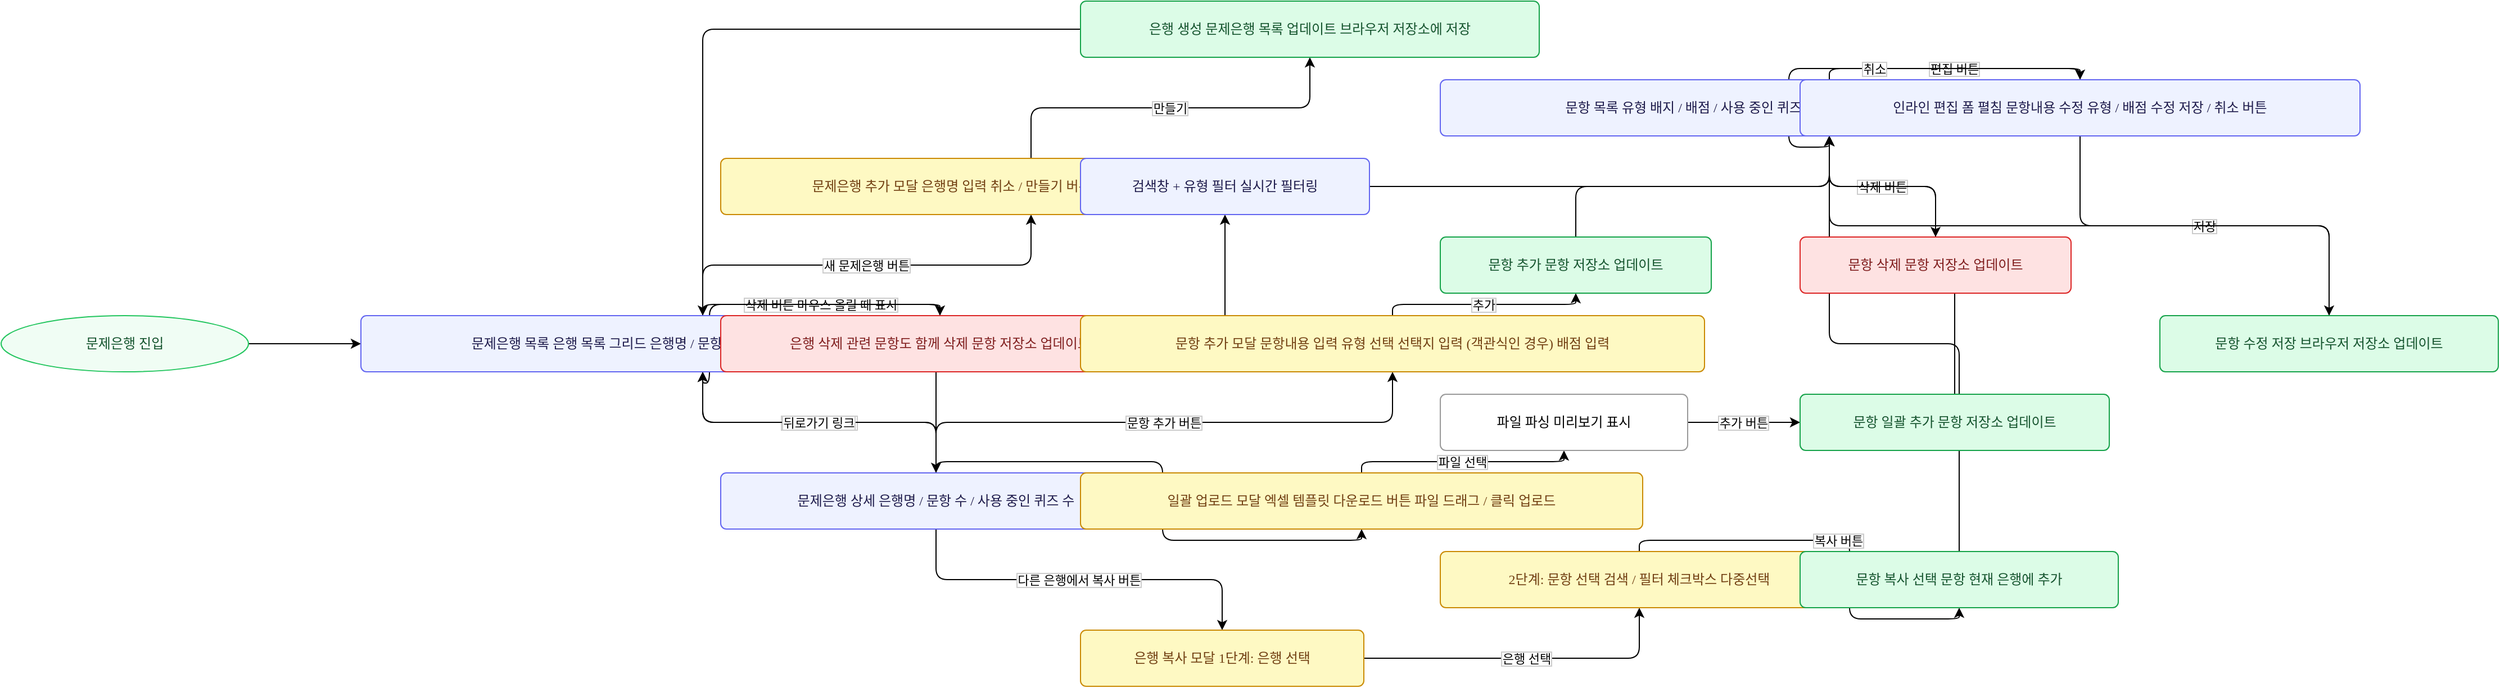
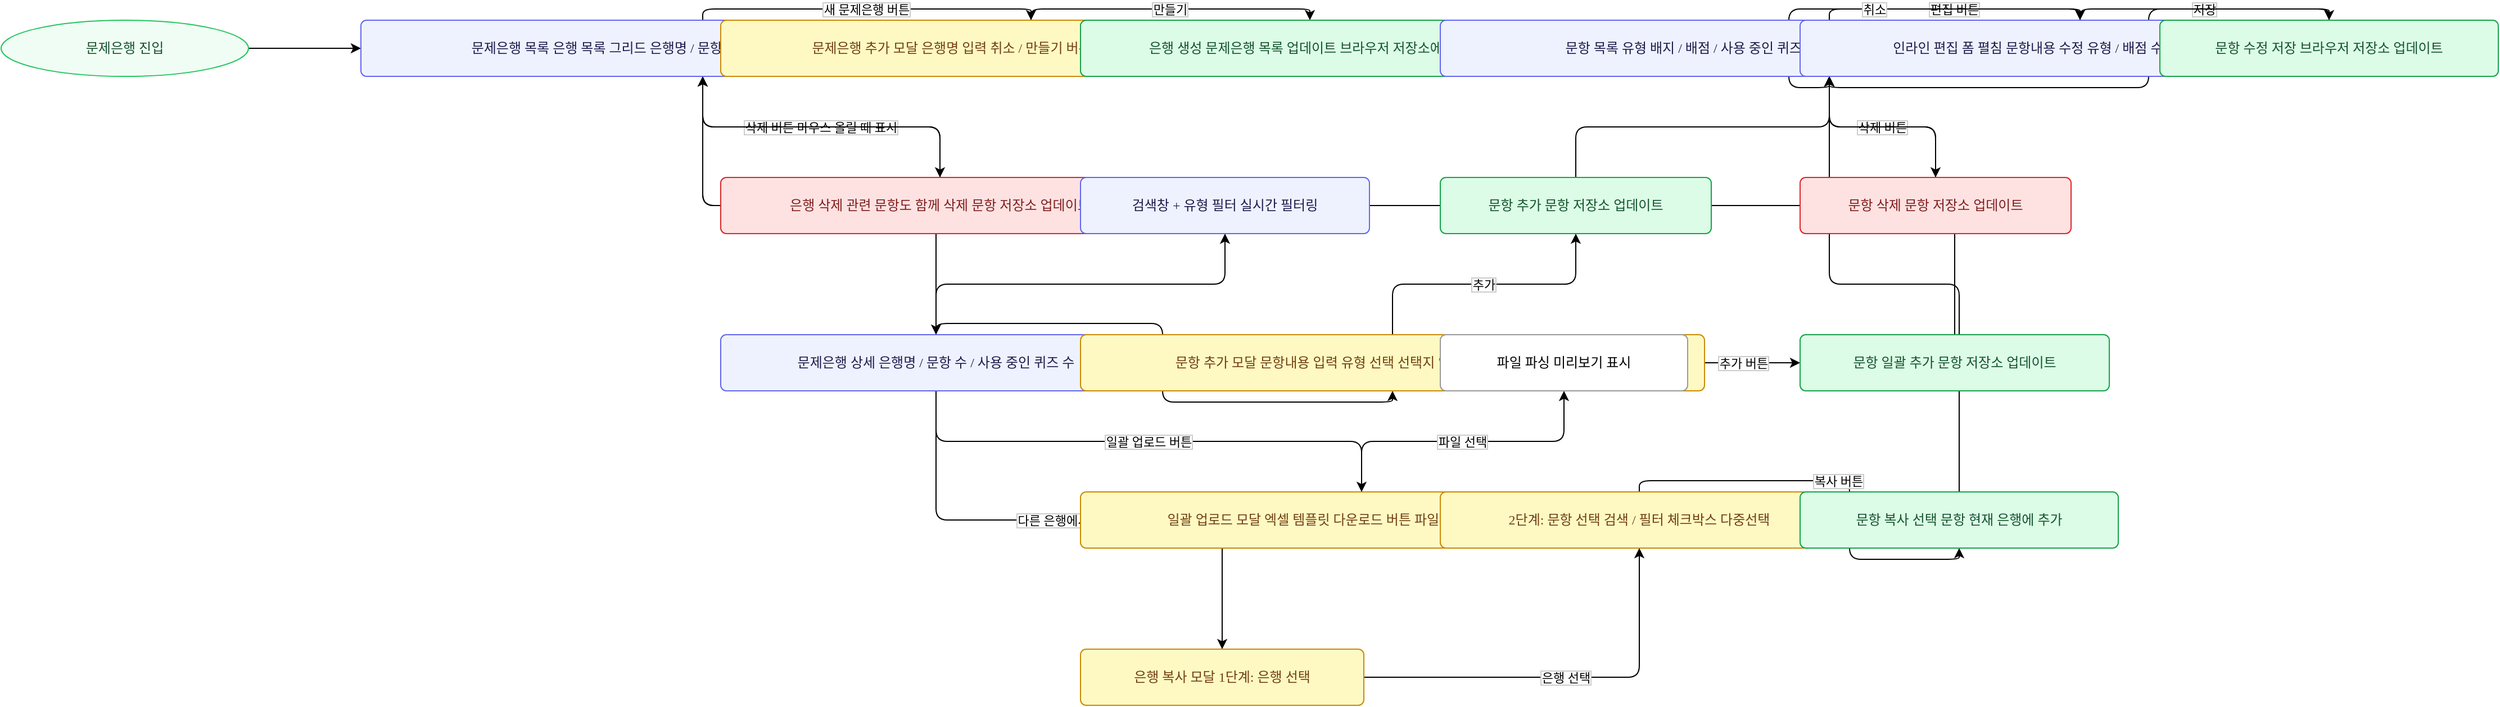
<mxGraphModel dx="2400" dy="1200" grid="1" gridSize="10" guides="1" tooltips="1" connect="1" arrows="1" fold="1" page="1" pageScale="1" pageWidth="3300" pageHeight="1169" math="0" shadow="0">
  <root>
    <mxCell id="0" />
    <mxCell id="1" parent="0" />
-     <mxCell id="e21" value="" style="edgeStyle=orthogonalEdgeStyle;rounded=1;fontSize=11;fontFamily=Pretendard,sans-serif;labelBackgroundColor=#FFFFFF;labelBorderColor=#CCCCCC;labelPosition=center;verticalLabelPosition=center;align=center;" edge="1" source="n2" target="n3" parent="1">
+     <mxCell id="e21" value="" style="edgeStyle=orthogonalEdgeStyle;rounded=1;fontSize=11;fontFamily=Pretendard,sans-serif;labelBackgroundColor=#FFFFFF;labelBorderColor=#CCCCCC;" edge="1" source="n2" target="n3" parent="1">
      <mxGeometry relative="1" as="geometry" />
    </mxCell>
-     <mxCell id="e22" value="새 문제은행 버튼" style="edgeStyle=orthogonalEdgeStyle;rounded=1;fontSize=11;fontFamily=Pretendard,sans-serif;labelBackgroundColor=#FFFFFF;labelBorderColor=#CCCCCC;labelPosition=center;verticalLabelPosition=center;align=center;" edge="1" source="n3" target="n4" parent="1">
+     <mxCell id="e22" value="새 문제은행 버튼" style="edgeStyle=orthogonalEdgeStyle;rounded=1;fontSize=11;fontFamily=Pretendard,sans-serif;labelBackgroundColor=#FFFFFF;labelBorderColor=#CCCCCC;" edge="1" source="n3" target="n4" parent="1">
      <mxGeometry relative="1" as="geometry" />
    </mxCell>
-     <mxCell id="e23" value="만들기" style="edgeStyle=orthogonalEdgeStyle;rounded=1;fontSize=11;fontFamily=Pretendard,sans-serif;labelBackgroundColor=#FFFFFF;labelBorderColor=#CCCCCC;labelPosition=center;verticalLabelPosition=center;align=center;" edge="1" source="n4" target="n5" parent="1">
+     <mxCell id="e23" value="만들기" style="edgeStyle=orthogonalEdgeStyle;rounded=1;fontSize=11;fontFamily=Pretendard,sans-serif;labelBackgroundColor=#FFFFFF;labelBorderColor=#CCCCCC;" edge="1" source="n4" target="n5" parent="1">
      <mxGeometry relative="1" as="geometry" />
    </mxCell>
-     <mxCell id="e24" value="" style="edgeStyle=orthogonalEdgeStyle;rounded=1;fontSize=11;fontFamily=Pretendard,sans-serif;labelBackgroundColor=#FFFFFF;labelBorderColor=#CCCCCC;labelPosition=center;verticalLabelPosition=center;align=center;" edge="1" source="n5" target="n3" parent="1">
+     <mxCell id="e24" value="" style="edgeStyle=orthogonalEdgeStyle;rounded=1;fontSize=11;fontFamily=Pretendard,sans-serif;labelBackgroundColor=#FFFFFF;labelBorderColor=#CCCCCC;" edge="1" source="n5" target="n3" parent="1">
      <mxGeometry relative="1" as="geometry" />
    </mxCell>
-     <mxCell id="e25" value="삭제 버튼 마우스 올릴 때 표시" style="edgeStyle=orthogonalEdgeStyle;rounded=1;fontSize=11;fontFamily=Pretendard,sans-serif;labelBackgroundColor=#FFFFFF;labelBorderColor=#CCCCCC;labelPosition=center;verticalLabelPosition=center;align=center;" edge="1" source="n3" target="n6" parent="1">
+     <mxCell id="e25" value="삭제 버튼 마우스 올릴 때 표시" style="edgeStyle=orthogonalEdgeStyle;rounded=1;fontSize=11;fontFamily=Pretendard,sans-serif;labelBackgroundColor=#FFFFFF;labelBorderColor=#CCCCCC;" edge="1" source="n3" target="n6" parent="1">
      <mxGeometry relative="1" as="geometry" />
    </mxCell>
-     <mxCell id="e26" value="" style="edgeStyle=orthogonalEdgeStyle;rounded=1;fontSize=11;fontFamily=Pretendard,sans-serif;labelBackgroundColor=#FFFFFF;labelBorderColor=#CCCCCC;labelPosition=center;verticalLabelPosition=center;align=center;" edge="1" source="n6" target="n3" parent="1">
+     <mxCell id="e26" value="" style="edgeStyle=orthogonalEdgeStyle;rounded=1;fontSize=11;fontFamily=Pretendard,sans-serif;labelBackgroundColor=#FFFFFF;labelBorderColor=#CCCCCC;" edge="1" source="n6" target="n3" parent="1">
      <mxGeometry relative="1" as="geometry" />
    </mxCell>
-     <mxCell id="e27" value="은행 카드 클릭" style="edgeStyle=orthogonalEdgeStyle;rounded=1;fontSize=11;fontFamily=Pretendard,sans-serif;labelBackgroundColor=#FFFFFF;labelBorderColor=#CCCCCC;labelPosition=center;verticalLabelPosition=center;align=center;" edge="1" source="n3" target="n7" parent="1">
+     <mxCell id="e27" value="은행 카드 클릭" style="edgeStyle=orthogonalEdgeStyle;rounded=1;fontSize=11;fontFamily=Pretendard,sans-serif;labelBackgroundColor=#FFFFFF;labelBorderColor=#CCCCCC;" edge="1" source="n3" target="n7" parent="1">
      <mxGeometry relative="1" as="geometry" />
    </mxCell>
-     <mxCell id="e28" value="" style="edgeStyle=orthogonalEdgeStyle;rounded=1;fontSize=11;fontFamily=Pretendard,sans-serif;labelBackgroundColor=#FFFFFF;labelBorderColor=#CCCCCC;labelPosition=center;verticalLabelPosition=center;align=center;" edge="1" source="n7" target="n8" parent="1">
+     <mxCell id="e28" value="" style="edgeStyle=orthogonalEdgeStyle;rounded=1;fontSize=11;fontFamily=Pretendard,sans-serif;labelBackgroundColor=#FFFFFF;labelBorderColor=#CCCCCC;" edge="1" source="n7" target="n8" parent="1">
      <mxGeometry relative="1" as="geometry" />
    </mxCell>
-     <mxCell id="e29" value="" style="edgeStyle=orthogonalEdgeStyle;rounded=1;fontSize=11;fontFamily=Pretendard,sans-serif;labelBackgroundColor=#FFFFFF;labelBorderColor=#CCCCCC;labelPosition=center;verticalLabelPosition=center;align=center;" edge="1" source="n8" target="n9" parent="1">
+     <mxCell id="e29" value="" style="edgeStyle=orthogonalEdgeStyle;rounded=1;fontSize=11;fontFamily=Pretendard,sans-serif;labelBackgroundColor=#FFFFFF;labelBorderColor=#CCCCCC;" edge="1" source="n8" target="n9" parent="1">
      <mxGeometry relative="1" as="geometry" />
    </mxCell>
-     <mxCell id="e30" value="문항 추가 버튼" style="edgeStyle=orthogonalEdgeStyle;rounded=1;fontSize=11;fontFamily=Pretendard,sans-serif;labelBackgroundColor=#FFFFFF;labelBorderColor=#CCCCCC;labelPosition=center;verticalLabelPosition=center;align=center;" edge="1" source="n7" target="n10" parent="1">
+     <mxCell id="e30" value="문항 추가 버튼" style="edgeStyle=orthogonalEdgeStyle;rounded=1;fontSize=11;fontFamily=Pretendard,sans-serif;labelBackgroundColor=#FFFFFF;labelBorderColor=#CCCCCC;" edge="1" source="n7" target="n10" parent="1">
      <mxGeometry relative="1" as="geometry" />
    </mxCell>
-     <mxCell id="e31" value="추가" style="edgeStyle=orthogonalEdgeStyle;rounded=1;fontSize=11;fontFamily=Pretendard,sans-serif;labelBackgroundColor=#FFFFFF;labelBorderColor=#CCCCCC;labelPosition=center;verticalLabelPosition=center;align=center;" edge="1" source="n10" target="n11" parent="1">
+     <mxCell id="e31" value="추가" style="edgeStyle=orthogonalEdgeStyle;rounded=1;fontSize=11;fontFamily=Pretendard,sans-serif;labelBackgroundColor=#FFFFFF;labelBorderColor=#CCCCCC;" edge="1" source="n10" target="n11" parent="1">
      <mxGeometry relative="1" as="geometry" />
    </mxCell>
-     <mxCell id="e32" value="" style="edgeStyle=orthogonalEdgeStyle;rounded=1;fontSize=11;fontFamily=Pretendard,sans-serif;labelBackgroundColor=#FFFFFF;labelBorderColor=#CCCCCC;labelPosition=center;verticalLabelPosition=center;align=center;" edge="1" source="n11" target="n9" parent="1">
+     <mxCell id="e32" value="" style="edgeStyle=orthogonalEdgeStyle;rounded=1;fontSize=11;fontFamily=Pretendard,sans-serif;labelBackgroundColor=#FFFFFF;labelBorderColor=#CCCCCC;" edge="1" source="n11" target="n9" parent="1">
      <mxGeometry relative="1" as="geometry" />
    </mxCell>
-     <mxCell id="e33" value="편집 버튼" style="edgeStyle=orthogonalEdgeStyle;rounded=1;fontSize=11;fontFamily=Pretendard,sans-serif;labelBackgroundColor=#FFFFFF;labelBorderColor=#CCCCCC;labelPosition=center;verticalLabelPosition=center;align=center;" edge="1" source="n9" target="n12" parent="1">
+     <mxCell id="e33" value="편집 버튼" style="edgeStyle=orthogonalEdgeStyle;rounded=1;fontSize=11;fontFamily=Pretendard,sans-serif;labelBackgroundColor=#FFFFFF;labelBorderColor=#CCCCCC;" edge="1" source="n9" target="n12" parent="1">
      <mxGeometry relative="1" as="geometry" />
    </mxCell>
-     <mxCell id="e34" value="저장" style="edgeStyle=orthogonalEdgeStyle;rounded=1;fontSize=11;fontFamily=Pretendard,sans-serif;labelBackgroundColor=#FFFFFF;labelBorderColor=#CCCCCC;labelPosition=center;verticalLabelPosition=center;align=center;" edge="1" source="n12" target="n13" parent="1">
+     <mxCell id="e34" value="저장" style="edgeStyle=orthogonalEdgeStyle;rounded=1;fontSize=11;fontFamily=Pretendard,sans-serif;labelBackgroundColor=#FFFFFF;labelBorderColor=#CCCCCC;" edge="1" source="n12" target="n13" parent="1">
      <mxGeometry relative="1" as="geometry" />
    </mxCell>
-     <mxCell id="e35" value="취소" style="edgeStyle=orthogonalEdgeStyle;rounded=1;fontSize=11;fontFamily=Pretendard,sans-serif;labelBackgroundColor=#FFFFFF;labelBorderColor=#CCCCCC;labelPosition=center;verticalLabelPosition=center;align=center;" edge="1" source="n12" target="n9" parent="1">
+     <mxCell id="e35" value="취소" style="edgeStyle=orthogonalEdgeStyle;rounded=1;fontSize=11;fontFamily=Pretendard,sans-serif;labelBackgroundColor=#FFFFFF;labelBorderColor=#CCCCCC;" edge="1" source="n12" target="n9" parent="1">
      <mxGeometry relative="1" as="geometry" />
    </mxCell>
-     <mxCell id="e36" value="" style="edgeStyle=orthogonalEdgeStyle;rounded=1;fontSize=11;fontFamily=Pretendard,sans-serif;labelBackgroundColor=#FFFFFF;labelBorderColor=#CCCCCC;labelPosition=center;verticalLabelPosition=center;align=center;" edge="1" source="n13" target="n9" parent="1">
+     <mxCell id="e36" value="" style="edgeStyle=orthogonalEdgeStyle;rounded=1;fontSize=11;fontFamily=Pretendard,sans-serif;labelBackgroundColor=#FFFFFF;labelBorderColor=#CCCCCC;" edge="1" source="n13" target="n9" parent="1">
      <mxGeometry relative="1" as="geometry" />
    </mxCell>
-     <mxCell id="e37" value="삭제 버튼" style="edgeStyle=orthogonalEdgeStyle;rounded=1;fontSize=11;fontFamily=Pretendard,sans-serif;labelBackgroundColor=#FFFFFF;labelBorderColor=#CCCCCC;labelPosition=center;verticalLabelPosition=center;align=center;" edge="1" source="n9" target="n14" parent="1">
+     <mxCell id="e37" value="삭제 버튼" style="edgeStyle=orthogonalEdgeStyle;rounded=1;fontSize=11;fontFamily=Pretendard,sans-serif;labelBackgroundColor=#FFFFFF;labelBorderColor=#CCCCCC;" edge="1" source="n9" target="n14" parent="1">
      <mxGeometry relative="1" as="geometry" />
    </mxCell>
-     <mxCell id="e38" value="" style="edgeStyle=orthogonalEdgeStyle;rounded=1;fontSize=11;fontFamily=Pretendard,sans-serif;labelBackgroundColor=#FFFFFF;labelBorderColor=#CCCCCC;labelPosition=center;verticalLabelPosition=center;align=center;" edge="1" source="n14" target="n9" parent="1">
+     <mxCell id="e38" value="" style="edgeStyle=orthogonalEdgeStyle;rounded=1;fontSize=11;fontFamily=Pretendard,sans-serif;labelBackgroundColor=#FFFFFF;labelBorderColor=#CCCCCC;" edge="1" source="n14" target="n9" parent="1">
      <mxGeometry relative="1" as="geometry" />
    </mxCell>
-     <mxCell id="e39" value="일괄 업로드 버튼" style="edgeStyle=orthogonalEdgeStyle;rounded=1;fontSize=11;fontFamily=Pretendard,sans-serif;labelBackgroundColor=#FFFFFF;labelBorderColor=#CCCCCC;labelPosition=center;verticalLabelPosition=center;align=center;" edge="1" source="n7" target="n15" parent="1">
+     <mxCell id="e39" value="일괄 업로드 버튼" style="edgeStyle=orthogonalEdgeStyle;rounded=1;fontSize=11;fontFamily=Pretendard,sans-serif;labelBackgroundColor=#FFFFFF;labelBorderColor=#CCCCCC;" edge="1" source="n7" target="n15" parent="1">
      <mxGeometry relative="1" as="geometry" />
    </mxCell>
-     <mxCell id="e40" value="파일 선택" style="edgeStyle=orthogonalEdgeStyle;rounded=1;fontSize=11;fontFamily=Pretendard,sans-serif;labelBackgroundColor=#FFFFFF;labelBorderColor=#CCCCCC;labelPosition=center;verticalLabelPosition=center;align=center;" edge="1" source="n15" target="n16" parent="1">
+     <mxCell id="e40" value="파일 선택" style="edgeStyle=orthogonalEdgeStyle;rounded=1;fontSize=11;fontFamily=Pretendard,sans-serif;labelBackgroundColor=#FFFFFF;labelBorderColor=#CCCCCC;" edge="1" source="n15" target="n16" parent="1">
      <mxGeometry relative="1" as="geometry" />
    </mxCell>
-     <mxCell id="e41" value="추가 버튼" style="edgeStyle=orthogonalEdgeStyle;rounded=1;fontSize=11;fontFamily=Pretendard,sans-serif;labelBackgroundColor=#FFFFFF;labelBorderColor=#CCCCCC;labelPosition=center;verticalLabelPosition=center;align=center;" edge="1" source="n16" target="n17" parent="1">
+     <mxCell id="e41" value="추가 버튼" style="edgeStyle=orthogonalEdgeStyle;rounded=1;fontSize=11;fontFamily=Pretendard,sans-serif;labelBackgroundColor=#FFFFFF;labelBorderColor=#CCCCCC;" edge="1" source="n16" target="n17" parent="1">
      <mxGeometry relative="1" as="geometry" />
    </mxCell>
-     <mxCell id="e42" value="" style="edgeStyle=orthogonalEdgeStyle;rounded=1;fontSize=11;fontFamily=Pretendard,sans-serif;labelBackgroundColor=#FFFFFF;labelBorderColor=#CCCCCC;labelPosition=center;verticalLabelPosition=center;align=center;" edge="1" source="n17" target="n9" parent="1">
+     <mxCell id="e42" value="" style="edgeStyle=orthogonalEdgeStyle;rounded=1;fontSize=11;fontFamily=Pretendard,sans-serif;labelBackgroundColor=#FFFFFF;labelBorderColor=#CCCCCC;" edge="1" source="n17" target="n9" parent="1">
      <mxGeometry relative="1" as="geometry" />
    </mxCell>
-     <mxCell id="e43" value="다른 은행에서 복사 버튼" style="edgeStyle=orthogonalEdgeStyle;rounded=1;fontSize=11;fontFamily=Pretendard,sans-serif;labelBackgroundColor=#FFFFFF;labelBorderColor=#CCCCCC;labelPosition=center;verticalLabelPosition=center;align=center;" edge="1" source="n7" target="n18" parent="1">
+     <mxCell id="e43" value="다른 은행에서 복사 버튼" style="edgeStyle=orthogonalEdgeStyle;rounded=1;fontSize=11;fontFamily=Pretendard,sans-serif;labelBackgroundColor=#FFFFFF;labelBorderColor=#CCCCCC;" edge="1" source="n7" target="n18" parent="1">
      <mxGeometry relative="1" as="geometry" />
    </mxCell>
-     <mxCell id="e44" value="은행 선택" style="edgeStyle=orthogonalEdgeStyle;rounded=1;fontSize=11;fontFamily=Pretendard,sans-serif;labelBackgroundColor=#FFFFFF;labelBorderColor=#CCCCCC;labelPosition=center;verticalLabelPosition=center;align=center;" edge="1" source="n18" target="n19" parent="1">
+     <mxCell id="e44" value="은행 선택" style="edgeStyle=orthogonalEdgeStyle;rounded=1;fontSize=11;fontFamily=Pretendard,sans-serif;labelBackgroundColor=#FFFFFF;labelBorderColor=#CCCCCC;" edge="1" source="n18" target="n19" parent="1">
      <mxGeometry relative="1" as="geometry" />
    </mxCell>
-     <mxCell id="e45" value="복사 버튼" style="edgeStyle=orthogonalEdgeStyle;rounded=1;fontSize=11;fontFamily=Pretendard,sans-serif;labelBackgroundColor=#FFFFFF;labelBorderColor=#CCCCCC;labelPosition=center;verticalLabelPosition=center;align=center;" edge="1" source="n19" target="n20" parent="1">
+     <mxCell id="e45" value="복사 버튼" style="edgeStyle=orthogonalEdgeStyle;rounded=1;fontSize=11;fontFamily=Pretendard,sans-serif;labelBackgroundColor=#FFFFFF;labelBorderColor=#CCCCCC;" edge="1" source="n19" target="n20" parent="1">
      <mxGeometry relative="1" as="geometry" />
    </mxCell>
-     <mxCell id="e46" value="" style="edgeStyle=orthogonalEdgeStyle;rounded=1;fontSize=11;fontFamily=Pretendard,sans-serif;labelBackgroundColor=#FFFFFF;labelBorderColor=#CCCCCC;labelPosition=center;verticalLabelPosition=center;align=center;" edge="1" source="n20" target="n9" parent="1">
+     <mxCell id="e46" value="" style="edgeStyle=orthogonalEdgeStyle;rounded=1;fontSize=11;fontFamily=Pretendard,sans-serif;labelBackgroundColor=#FFFFFF;labelBorderColor=#CCCCCC;" edge="1" source="n20" target="n9" parent="1">
      <mxGeometry relative="1" as="geometry" />
    </mxCell>
-     <mxCell id="e47" value="뒤로가기 링크" style="edgeStyle=orthogonalEdgeStyle;rounded=1;fontSize=11;fontFamily=Pretendard,sans-serif;labelBackgroundColor=#FFFFFF;labelBorderColor=#CCCCCC;labelPosition=center;verticalLabelPosition=center;align=center;" edge="1" source="n7" target="n3" parent="1">
+     <mxCell id="e47" value="뒤로가기 링크" style="edgeStyle=orthogonalEdgeStyle;rounded=1;fontSize=11;fontFamily=Pretendard,sans-serif;labelBackgroundColor=#FFFFFF;labelBorderColor=#CCCCCC;" edge="1" source="n7" target="n3" parent="1">
      <mxGeometry relative="1" as="geometry" />
    </mxCell>
    <mxCell id="n2" value="문제은행 진입" style="ellipse;fillColor=#F0FDF4;strokeColor=#22C55E;fontColor=#14532d;fontFamily=Pretendard,sans-serif;fontSize=12;align=center;whiteSpace=wrap;html=1;" vertex="1" parent="1">
-       <mxGeometry x="60" y="660" width="220" height="50" as="geometry" />
+       <mxGeometry x="60" y="60" width="220" height="50" as="geometry" />
    </mxCell>
    <mxCell id="n3" value="문제은행 목록 은행 목록 그리드 은행명 / 문항 수 / 사용 중인 퀴즈 수 / 마지막 수정일" style="rounded=1;arcSize=10;fillColor=#EEF2FF;strokeColor=#6366F1;fontColor=#1e1b4b;fontFamily=Pretendard,sans-serif;fontSize=12;align=center;whiteSpace=wrap;html=1;" vertex="1" parent="1">
-       <mxGeometry x="380" y="660" width="608" height="50" as="geometry" />
+       <mxGeometry x="380" y="60" width="608" height="50" as="geometry" />
    </mxCell>
    <mxCell id="n4" value="문제은행 추가 모달 은행명 입력 취소 / 만들기 버튼 은행명 비어있으면 비활성화" style="rounded=1;arcSize=10;fillColor=#FEF9C3;strokeColor=#CA8A04;fontColor=#713f12;fontFamily=Pretendard,sans-serif;fontSize=12;align=center;whiteSpace=wrap;html=1;" vertex="1" parent="1">
-       <mxGeometry x="700" y="520" width="552" height="50" as="geometry" />
+       <mxGeometry x="700" y="60" width="552" height="50" as="geometry" />
    </mxCell>
    <mxCell id="n5" value="은행 생성 문제은행 목록 업데이트 브라우저 저장소에 저장" style="rounded=1;arcSize=10;fillColor=#DCFCE7;strokeColor=#16A34A;fontColor=#14532d;fontFamily=Pretendard,sans-serif;fontSize=12;align=center;whiteSpace=wrap;html=1;" vertex="1" parent="1">
-       <mxGeometry x="1020" y="380" width="408" height="50" as="geometry" />
+       <mxGeometry x="1020" y="60" width="408" height="50" as="geometry" />
    </mxCell>
    <mxCell id="n6" value="은행 삭제 관련 문항도 함께 삭제 문항 저장소 업데이트" style="rounded=1;arcSize=10;fillColor=#FEE2E2;strokeColor=#DC2626;fontColor=#7f1d1d;fontFamily=Pretendard,sans-serif;fontSize=12;align=center;whiteSpace=wrap;html=1;" vertex="1" parent="1">
-       <mxGeometry x="700" y="660" width="390" height="50" as="geometry" />
+       <mxGeometry x="700" y="200" width="390" height="50" as="geometry" />
    </mxCell>
    <mxCell id="n7" value="문제은행 상세 은행명 / 문항 수 / 사용 중인 퀴즈 수" style="rounded=1;arcSize=10;fillColor=#EEF2FF;strokeColor=#6366F1;fontColor=#1e1b4b;fontFamily=Pretendard,sans-serif;fontSize=12;align=center;whiteSpace=wrap;html=1;" vertex="1" parent="1">
-       <mxGeometry x="700" y="800" width="383" height="50" as="geometry" />
+       <mxGeometry x="700" y="340" width="383" height="50" as="geometry" />
    </mxCell>
    <mxCell id="n8" value="검색창 + 유형 필터 실시간 필터링" style="rounded=1;arcSize=10;fillColor=#EEF2FF;strokeColor=#6366F1;fontColor=#1e1b4b;fontFamily=Pretendard,sans-serif;fontSize=12;align=center;whiteSpace=wrap;html=1;" vertex="1" parent="1">
-       <mxGeometry x="1020" y="520" width="257" height="50" as="geometry" />
+       <mxGeometry x="1020" y="200" width="257" height="50" as="geometry" />
    </mxCell>
    <mxCell id="n9" value="문항 목록 유형 배지 / 배점 / 사용 중인 퀴즈 수 문항 텍스트 요약 편집/삭제 버튼 (마우스 올릴 때)" style="rounded=1;arcSize=10;fillColor=#EEF2FF;strokeColor=#6366F1;fontColor=#1e1b4b;fontFamily=Pretendard,sans-serif;fontSize=12;align=center;whiteSpace=wrap;html=1;" vertex="1" parent="1">
-       <mxGeometry x="1340" y="450" width="692" height="50" as="geometry" />
+       <mxGeometry x="1340" y="60" width="692" height="50" as="geometry" />
    </mxCell>
    <mxCell id="n10" value="문항 추가 모달 문항내용 입력 유형 선택 선택지 입력 (객관식인 경우) 배점 입력" style="rounded=1;arcSize=10;fillColor=#FEF9C3;strokeColor=#CA8A04;fontColor=#713f12;fontFamily=Pretendard,sans-serif;fontSize=12;align=center;whiteSpace=wrap;html=1;" vertex="1" parent="1">
-       <mxGeometry x="1020" y="660" width="555" height="50" as="geometry" />
+       <mxGeometry x="1020" y="340" width="555" height="50" as="geometry" />
    </mxCell>
    <mxCell id="n11" value="문항 추가 문항 저장소 업데이트" style="rounded=1;arcSize=10;fillColor=#DCFCE7;strokeColor=#16A34A;fontColor=#14532d;fontFamily=Pretendard,sans-serif;fontSize=12;align=center;whiteSpace=wrap;html=1;" vertex="1" parent="1">
-       <mxGeometry x="1340" y="590" width="241" height="50" as="geometry" />
+       <mxGeometry x="1340" y="200" width="241" height="50" as="geometry" />
    </mxCell>
    <mxCell id="n12" value="인라인 편집 폼 펼침 문항내용 수정 유형 / 배점 수정 저장 / 취소 버튼" style="rounded=1;arcSize=10;fillColor=#EEF2FF;strokeColor=#6366F1;fontColor=#1e1b4b;fontFamily=Pretendard,sans-serif;fontSize=12;align=center;whiteSpace=wrap;html=1;" vertex="1" parent="1">
-       <mxGeometry x="1660" y="450" width="498" height="50" as="geometry" />
+       <mxGeometry x="1660" y="60" width="498" height="50" as="geometry" />
    </mxCell>
    <mxCell id="n13" value="문항 수정 저장 브라우저 저장소 업데이트" style="rounded=1;arcSize=10;fillColor=#DCFCE7;strokeColor=#16A34A;fontColor=#14532d;fontFamily=Pretendard,sans-serif;fontSize=12;align=center;whiteSpace=wrap;html=1;" vertex="1" parent="1">
-       <mxGeometry x="1980" y="660" width="301" height="50" as="geometry" />
+       <mxGeometry x="1980" y="60" width="301" height="50" as="geometry" />
    </mxCell>
    <mxCell id="n14" value="문항 삭제 문항 저장소 업데이트" style="rounded=1;arcSize=10;fillColor=#FEE2E2;strokeColor=#DC2626;fontColor=#7f1d1d;fontFamily=Pretendard,sans-serif;fontSize=12;align=center;whiteSpace=wrap;html=1;" vertex="1" parent="1">
-       <mxGeometry x="1660" y="590" width="241" height="50" as="geometry" />
+       <mxGeometry x="1660" y="200" width="241" height="50" as="geometry" />
    </mxCell>
    <mxCell id="n15" value="일괄 업로드 모달 엑셀 템플릿 다운로드 버튼 파일 드래그 / 클릭 업로드" style="rounded=1;arcSize=10;fillColor=#FEF9C3;strokeColor=#CA8A04;fontColor=#713f12;fontFamily=Pretendard,sans-serif;fontSize=12;align=center;whiteSpace=wrap;html=1;" vertex="1" parent="1">
-       <mxGeometry x="1020" y="800" width="500" height="50" as="geometry" />
+       <mxGeometry x="1020" y="480" width="500" height="50" as="geometry" />
    </mxCell>
    <mxCell id="n16" value="파일 파싱 미리보기 표시" style="rounded=1;arcSize=10;fillColor=#ffffff;strokeColor=#999999;fontColor=#000000;fontFamily=Pretendard,sans-serif;fontSize=12;align=center;whiteSpace=wrap;html=1;" vertex="1" parent="1">
-       <mxGeometry x="1340" y="730" width="220" height="50" as="geometry" />
+       <mxGeometry x="1340" y="340" width="220" height="50" as="geometry" />
    </mxCell>
    <mxCell id="n17" value="문항 일괄 추가 문항 저장소 업데이트" style="rounded=1;arcSize=10;fillColor=#DCFCE7;strokeColor=#16A34A;fontColor=#14532d;fontFamily=Pretendard,sans-serif;fontSize=12;align=center;whiteSpace=wrap;html=1;" vertex="1" parent="1">
-       <mxGeometry x="1660" y="730" width="275" height="50" as="geometry" />
+       <mxGeometry x="1660" y="340" width="275" height="50" as="geometry" />
    </mxCell>
    <mxCell id="n18" value="은행 복사 모달 1단계: 은행 선택" style="rounded=1;arcSize=10;fillColor=#FEF9C3;strokeColor=#CA8A04;fontColor=#713f12;fontFamily=Pretendard,sans-serif;fontSize=12;align=center;whiteSpace=wrap;html=1;" vertex="1" parent="1">
-       <mxGeometry x="1020" y="940" width="252" height="50" as="geometry" />
+       <mxGeometry x="1020" y="620" width="252" height="50" as="geometry" />
    </mxCell>
    <mxCell id="n19" value="2단계: 문항 선택 검색 / 필터 체크박스 다중선택" style="rounded=1;arcSize=10;fillColor=#FEF9C3;strokeColor=#CA8A04;fontColor=#713f12;fontFamily=Pretendard,sans-serif;fontSize=12;align=center;whiteSpace=wrap;html=1;" vertex="1" parent="1">
-       <mxGeometry x="1340" y="870" width="354" height="50" as="geometry" />
+       <mxGeometry x="1340" y="480" width="354" height="50" as="geometry" />
    </mxCell>
    <mxCell id="n20" value="문항 복사 선택 문항 현재 은행에 추가" style="rounded=1;arcSize=10;fillColor=#DCFCE7;strokeColor=#16A34A;fontColor=#14532d;fontFamily=Pretendard,sans-serif;fontSize=12;align=center;whiteSpace=wrap;html=1;" vertex="1" parent="1">
-       <mxGeometry x="1660" y="870" width="283" height="50" as="geometry" />
+       <mxGeometry x="1660" y="480" width="283" height="50" as="geometry" />
    </mxCell>
  </root>
</mxGraphModel>